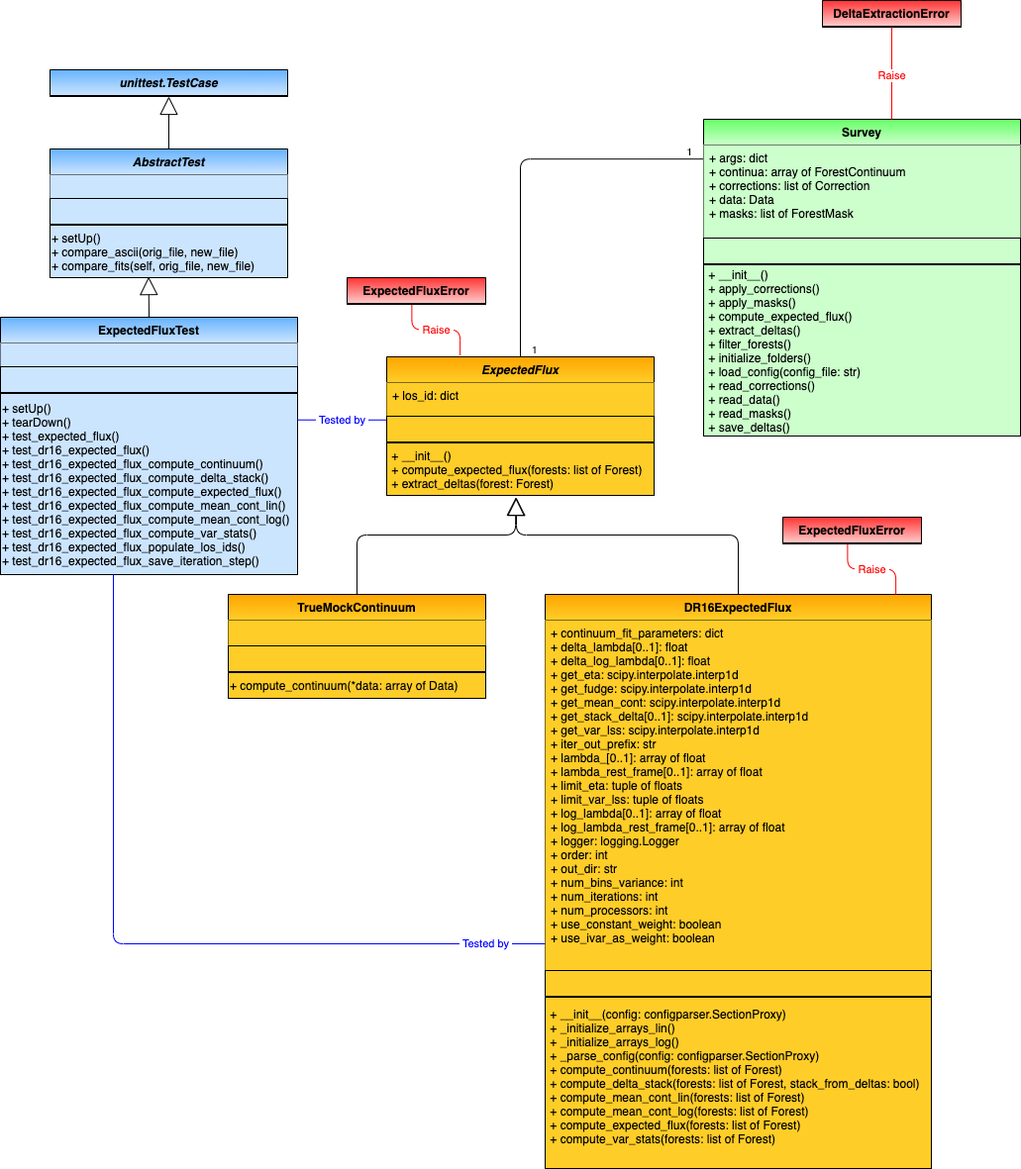
igmhub/picca keeps this draw.io diagram as docs/delta_extraction/data_model/data_model-ExpectedFlux.png. Above is the earlier version. Source tidied: cells renumbered, new cells last; positions are measured from the earlier drawing's top-left corner, leaving out a move shared by most shapes.
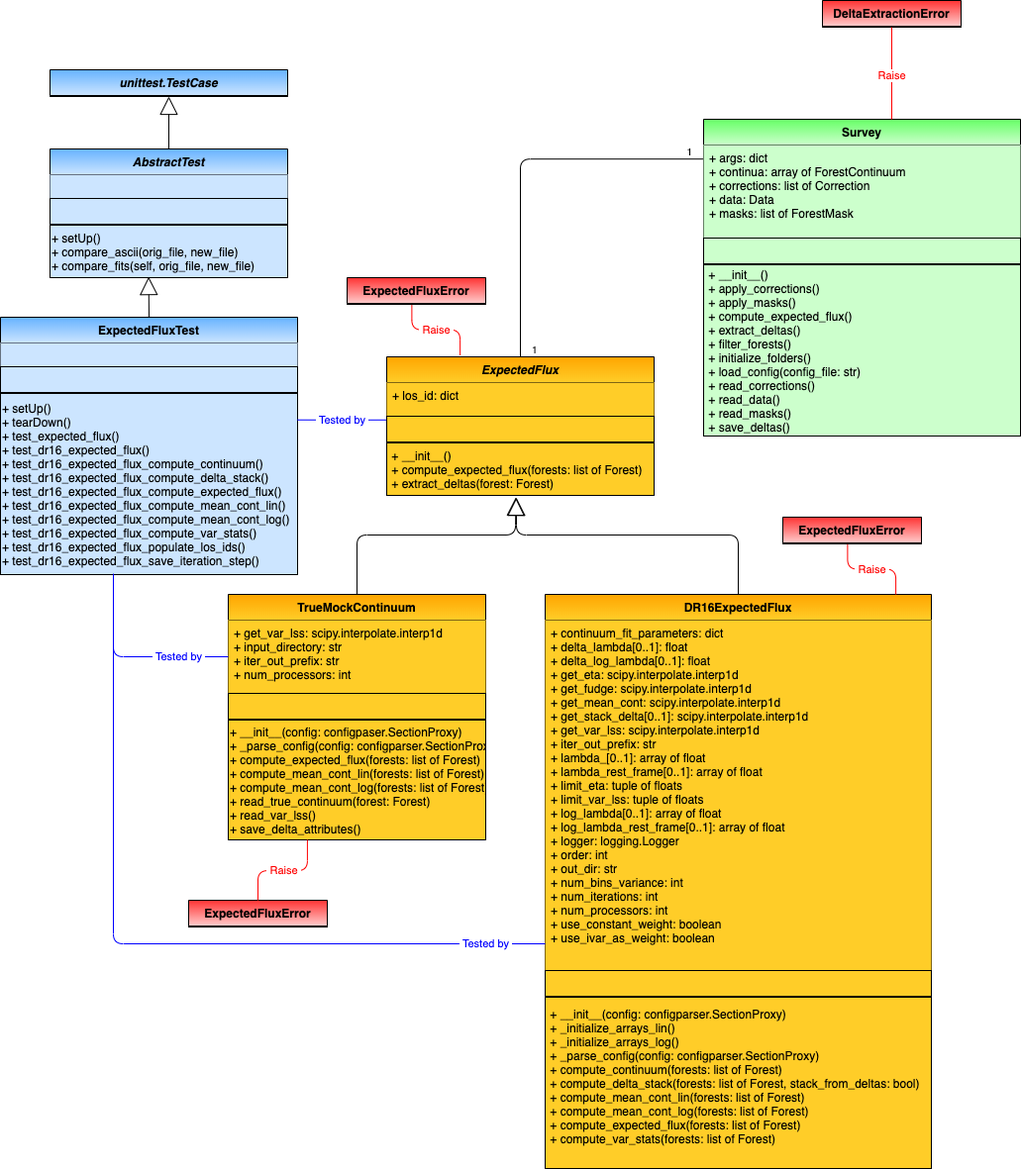
The same diagram one commit later.

Commit message:
added true_continuum to data model

Diff of the diagram source:
```diff
@@ -110,19 +110,19 @@
       <mxGeometry y="407" width="390" height="173" as="geometry" />
     </mxCell>
     <mxCell id="34" value="TrueMockContinuum" style="swimlane;fontStyle=1;horizontal=1;startSize=26;fillColor=#ffcd28;swimlaneFillColor=#ffffff;rounded=0;shadow=0;glass=0;comic=0;strokeColor=#000000;gradientColor=#ffa500;swimlaneLine=1;gradientDirection=north;" parent="1" vertex="1">
-      <mxGeometry x="230" y="600" width="260" height="105" as="geometry" />
+      <mxGeometry x="230" y="600" width="260" height="248" as="geometry" />
     </mxCell>
-    <mxCell id="35" style="text;strokeColor=none;fillColor=#ffcd28;align=left;verticalAlign=top;spacingLeft=4;spacingRight=4;overflow=hidden;points=[[0,0.5],[1,0.5]];portConstraint=eastwest;gradientColor=none;" parent="34" vertex="1">
-      <mxGeometry y="26" width="260" height="26" as="geometry" />
+    <mxCell id="35" value="+ get_var_lss: scipy.interpolate.interp1d&#10;+ input_directory: str&#10;+ iter_out_prefix: str&#10;+ num_processors: int" style="text;strokeColor=none;fillColor=#ffcd28;align=left;verticalAlign=top;spacingLeft=4;spacingRight=4;overflow=hidden;points=[[0,0.5],[1,0.5]];portConstraint=eastwest;gradientColor=none;" parent="34" vertex="1">
+      <mxGeometry y="26" width="260" height="74" as="geometry" />
     </mxCell>
     <mxCell id="36" style="text;strokeColor=#000000;fillColor=#ffcd28;align=left;verticalAlign=middle;overflow=hidden;rounded=0;shadow=0;glass=0;comic=0;fontStyle=0;gradientColor=none;swimlaneFillColor=#ffffff;gradientDirection=north;startSize=26;" parent="34" vertex="1">
-      <mxGeometry y="52" width="260" height="26" as="geometry" />
+      <mxGeometry y="100" width="260" height="26" as="geometry" />
     </mxCell>
     <mxCell id="37" style="line;strokeWidth=1;fillColor=none;align=left;verticalAlign=middle;spacingTop=-1;spacingLeft=3;spacingRight=3;labelPosition=right;rounded=0;shadow=0;glass=0;comic=0;" parent="34" vertex="1">
-      <mxGeometry y="78" width="260" height="1" as="geometry" />
+      <mxGeometry y="126" width="260" height="1" as="geometry" />
     </mxCell>
-    <mxCell id="38" value="+ compute_continuum(*data: array of Data)" style="text;strokeColor=#000000;fillColor=#ffcd28;align=left;verticalAlign=middle;overflow=hidden;rounded=0;shadow=0;glass=0;comic=0;fontStyle=0;gradientColor=none;swimlaneFillColor=#ffffff;gradientDirection=north;startSize=26;" parent="34" vertex="1">
-      <mxGeometry y="79" width="260" height="26" as="geometry" />
+    <mxCell id="38" value="+ __init__(config: configpaser.SectionProxy)&#10;+ _parse_config(config: configparser.SectionProxy)&#10;+ compute_expected_flux(forests: list of Forest)&#10;+ compute_mean_cont_lin(forests: list of Forest)&#10;+ compute_mean_cont_log(forests: list of Forest)&#10;+ read_true_continuum(forest: Forest)&#10;+ read_var_lss()&#10;+ save_delta_attributes()" style="text;strokeColor=#000000;fillColor=#ffcd28;align=left;verticalAlign=middle;overflow=hidden;rounded=0;shadow=0;glass=0;comic=0;fontStyle=0;gradientColor=none;swimlaneFillColor=#ffffff;gradientDirection=north;startSize=26;" parent="34" vertex="1">
+      <mxGeometry y="127" width="260" height="121" as="geometry" />
     </mxCell>
     <mxCell id="39" style="endArrow=block;endSize=16;endFill=0;html=1;exitX=0.5;exitY=0;exitDx=0;exitDy=0;entryX=0.483;entryY=1.037;entryDx=0;entryDy=0;entryPerimeter=0;" parent="1" edge="1" source="34" target="14">
       <mxGeometry relative="1" as="geometry">
@@ -201,5 +201,37 @@
         <mxPoint x="10" as="offset" />
       </mxGeometry>
     </mxCell>
+    <mxCell id="57" value="&lt;font color=&quot;#0000ff&quot;&gt;&amp;nbsp;Tested by&amp;nbsp;&lt;/font&gt;" style="endArrow=none;html=1;edgeStyle=orthogonalEdgeStyle;strokeColor=#0000FF;entryX=0.38;entryY=0.995;entryDx=0;entryDy=0;entryPerimeter=0;exitX=0;exitY=0.5;exitDx=0;exitDy=0;" parent="1" edge="1" source="35" target="19">
+      <mxGeometry x="-0.5" relative="1" as="geometry">
+        <Array as="points">
+          <mxPoint x="114" y="663" />
+        </Array>
+      </mxGeometry>
+    </mxCell>
+    <mxCell id="58" style="html=1;align=left;verticalAlign=bottom;labelBackgroundColor=#ffffff;fontSize=10;" parent="57" vertex="1">
+      <mxGeometry x="-1" relative="1" as="geometry">
+        <mxPoint x="10" as="offset" />
+      </mxGeometry>
+    </mxCell>
+    <mxCell id="59" value="ExpectedFluxError" style="swimlane;fontStyle=1;horizontal=1;startSize=26;swimlaneFillColor=#ffffff;rounded=0;shadow=0;glass=0;comic=0;strokeColor=#000000;swimlaneLine=1;gradientDirection=north;fillColor=#FFCCCC;gradientColor=#FF3333;" parent="1" vertex="1">
+      <mxGeometry x="190" y="909.1" width="140" height="27" as="geometry" />
+    </mxCell>
+    <mxCell id="60" style="line;strokeWidth=1;fillColor=none;align=left;verticalAlign=middle;spacingTop=-1;spacingLeft=3;spacingRight=3;labelPosition=right;rounded=0;shadow=0;glass=0;comic=0;" parent="59" vertex="1">
+      <mxGeometry y="26" width="140" height="1" as="geometry" />
+    </mxCell>
+    <mxCell id="61" value="&amp;nbsp;Raise&amp;nbsp;" style="endArrow=none;html=1;edgeStyle=orthogonalEdgeStyle;entryX=0.5;entryY=0;entryDx=0;entryDy=0;strokeColor=#FF0000;fontColor=#FF0000;exitX=0.464;exitY=0.992;exitDx=0;exitDy=0;exitPerimeter=0;" parent="1" edge="1" target="59">
+      <mxGeometry relative="1" as="geometry">
+        <mxPoint x="309.9" y="848" as="sourcePoint" />
+        <Array as="points">
+          <mxPoint x="310" y="879.1" />
+          <mxPoint x="260" y="879.1" />
+        </Array>
+      </mxGeometry>
+    </mxCell>
+    <mxCell id="62" style="html=1;align=left;verticalAlign=bottom;labelBackgroundColor=#ffffff;fontSize=10;" parent="61" vertex="1">
+      <mxGeometry x="-1" relative="1" as="geometry">
+        <mxPoint x="10" as="offset" />
+      </mxGeometry>
+    </mxCell>
   </root>
 </mxGraphModel>
```
